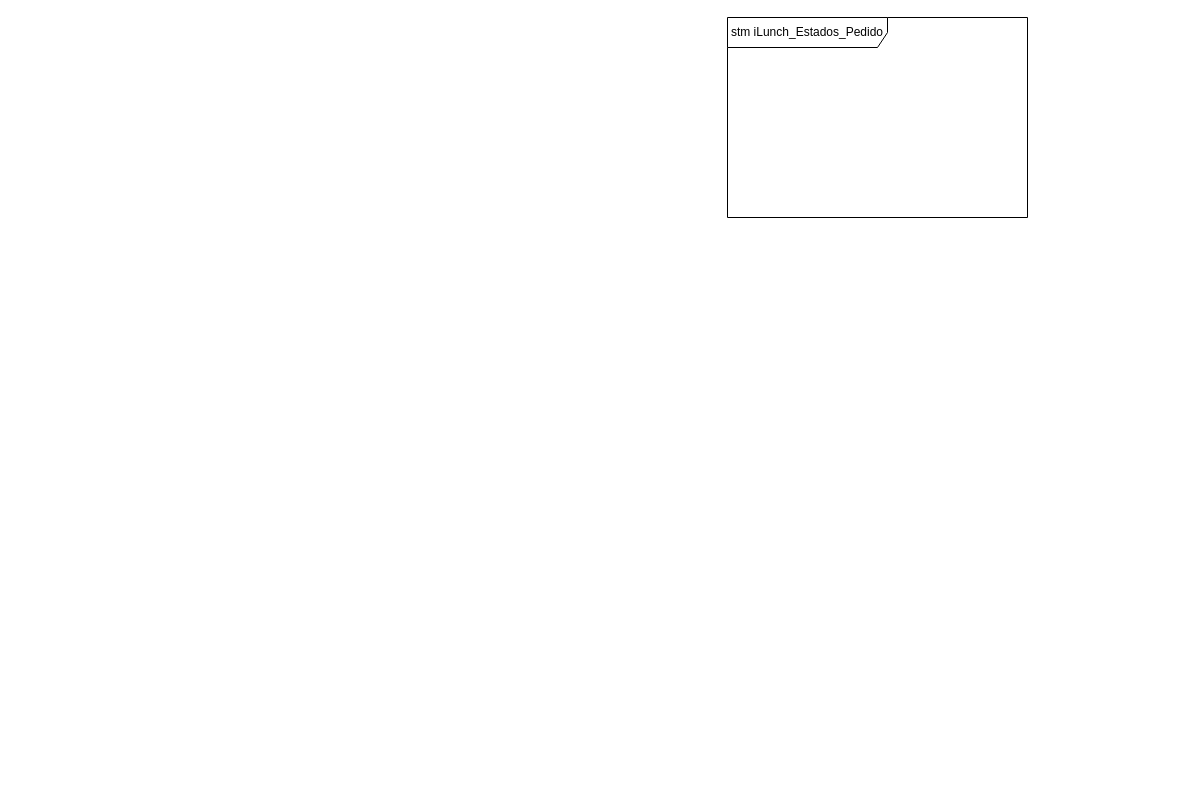
Apa23/i-Lunch keeps this draw.io diagram as diagramas/Máquina de Estados.drawio. Above is the earlier version. Source tidied: cells renumbered, new cells numbered last; positions are measured from the earlier drawing's top-left corner, leaving out a move shared by most shapes. Both pictures are drawn from the tidied source at 100%, with x=0, y=0 at pixel (727, 17).
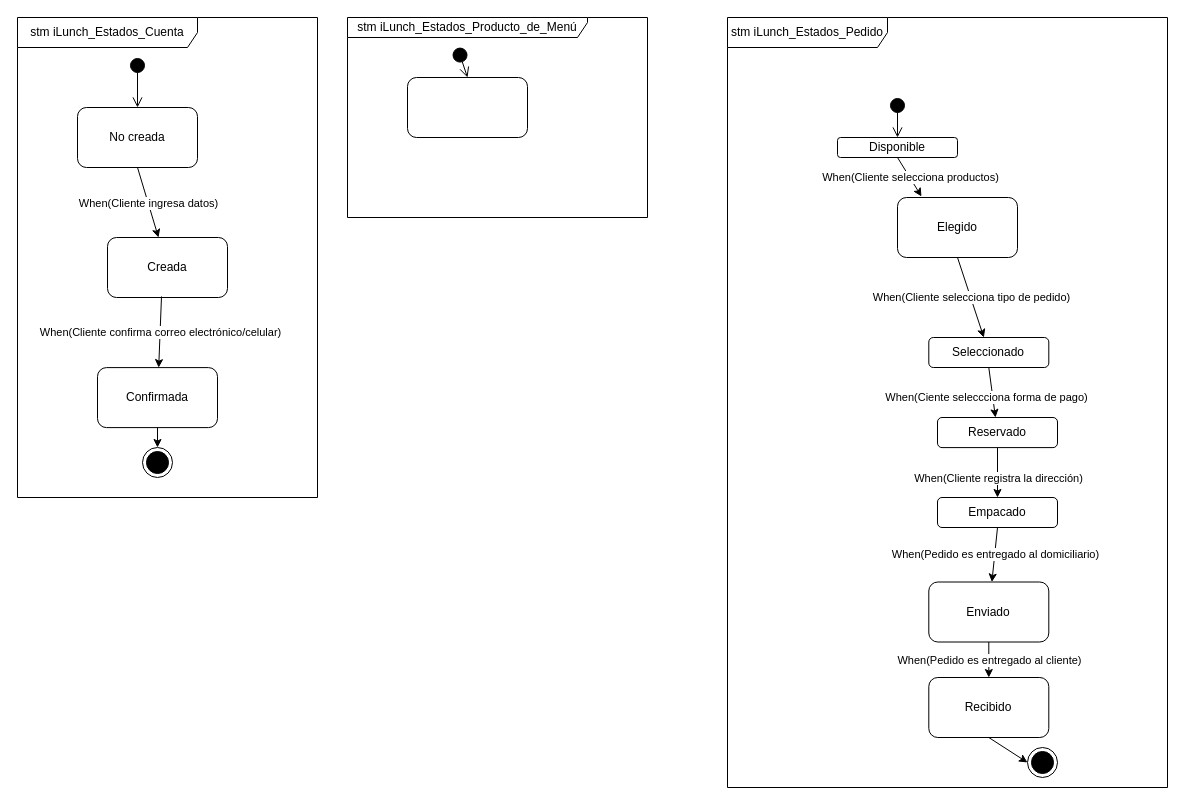
The same page after the edit.

What changed in the source:
```diff
@@
     <mxCell id="2" value="stm iLunch_Estados_Pedido" style="shape=umlFrame;whiteSpace=wrap;html=1;width=160;height=30;" parent="1" vertex="1">
-      <mxGeometry width="300" height="200" as="geometry" />
+      <mxGeometry width="440" height="770" as="geometry" />
     </mxCell>
+    <mxCell id="3" value="Disponible" style="rounded=1;whiteSpace=wrap;html=1;strokeColor=#000000;" parent="1" vertex="1">
+      <mxGeometry x="110" y="120" width="120" height="20" as="geometry" />
+    </mxCell>
+    <mxCell id="4" style="html=1;verticalAlign=bottom;startArrow=circle;startFill=1;endArrow=open;startSize=6;endSize=8;strokeColor=#000000;entryX=0.5;entryY=0;entryDx=0;entryDy=0;" parent="1" edge="1" target="3">
+      <mxGeometry relative="1" as="geometry">
+        <mxPoint x="170" y="80" as="sourcePoint" />
+      </mxGeometry>
+    </mxCell>
+    <mxCell id="5" style="endArrow=classic;html=1;strokeColor=#000000;exitX=0.5;exitY=1;exitDx=0;exitDy=0;" parent="1" edge="1" source="11" target="7">
+      <mxGeometry relative="1" as="geometry" />
+    </mxCell>
+    <mxCell id="6" value="When(Cliente selecciona tipo de pedido)" style="edgeLabel;html=1;align=center;verticalAlign=middle;" parent="5" vertex="1">
+      <mxGeometry relative="1" as="geometry" />
+    </mxCell>
+    <mxCell id="7" value="Seleccionado" style="rounded=1;whiteSpace=wrap;html=1;strokeColor=#000000;" parent="1" vertex="1">
+      <mxGeometry x="201.3" y="320" width="120" height="30" as="geometry" />
+    </mxCell>
+    <mxCell id="8" style="endArrow=classic;html=1;strokeColor=#000000;exitX=0.5;exitY=1;exitDx=0;exitDy=0;" parent="1" edge="1" source="7" target="10">
+      <mxGeometry relative="1" as="geometry" />
+    </mxCell>
+    <mxCell id="9" value="When(Ciente seleccciona forma de pago)" style="edgeLabel;html=1;align=center;verticalAlign=middle;" parent="8" vertex="1">
+      <mxGeometry relative="1" as="geometry">
+        <mxPoint x="-6" y="5" as="offset" />
+      </mxGeometry>
+    </mxCell>
+    <mxCell id="10" value="Reservado" style="rounded=1;whiteSpace=wrap;html=1;strokeColor=#000000;" parent="1" vertex="1">
+      <mxGeometry x="210" y="400" width="120" height="30.1" as="geometry" />
+    </mxCell>
+    <mxCell id="11" value="Elegido" style="rounded=1;whiteSpace=wrap;html=1;strokeColor=#000000;" parent="1" vertex="1">
+      <mxGeometry x="170" y="180" width="120" height="60" as="geometry" />
+    </mxCell>
+    <mxCell id="12" style="endArrow=classic;html=1;strokeColor=#000000;exitX=0.5;exitY=1;exitDx=0;exitDy=0;entryX=0.2;entryY=-0.017;entryDx=0;entryDy=0;entryPerimeter=0;" parent="1" edge="1" source="3" target="11">
+      <mxGeometry relative="1" as="geometry" />
+    </mxCell>
+    <mxCell id="13" value="When(Cliente selecciona productos)" style="edgeLabel;html=1;align=center;verticalAlign=middle;" parent="12" vertex="1">
+      <mxGeometry relative="1" as="geometry" />
+    </mxCell>
+    <mxCell id="14" style="endArrow=classic;html=1;strokeColor=#000000;exitX=0.5;exitY=1;exitDx=0;exitDy=0;" parent="1" edge="1" source="10" target="16">
+      <mxGeometry relative="1" as="geometry" />
+    </mxCell>
+    <mxCell id="15" value="When(Cliente registra la dirección)" style="edgeLabel;html=1;align=center;verticalAlign=middle;" parent="14" vertex="1">
+      <mxGeometry relative="1" as="geometry">
+        <mxPoint y="5" as="offset" />
+      </mxGeometry>
+    </mxCell>
+    <mxCell id="16" value="Empacado" style="rounded=1;whiteSpace=wrap;html=1;strokeColor=#000000;" parent="1" vertex="1">
+      <mxGeometry x="210" y="480" width="120" height="30" as="geometry" />
+    </mxCell>
+    <mxCell id="17" style="endArrow=classic;html=1;strokeColor=#000000;exitX=0.5;exitY=1;exitDx=0;exitDy=0;" parent="1" edge="1" source="16" target="19">
+      <mxGeometry relative="1" as="geometry" />
+    </mxCell>
+    <mxCell id="18" value="When(Pedido es entregado al domiciliario)" style="edgeLabel;html=1;align=center;verticalAlign=middle;" parent="17" vertex="1">
+      <mxGeometry relative="1" as="geometry" />
+    </mxCell>
+    <mxCell id="19" value="Enviado" style="rounded=1;whiteSpace=wrap;html=1;strokeColor=#000000;" parent="1" vertex="1">
+      <mxGeometry x="201.3" y="564.5" width="120" height="60" as="geometry" />
+    </mxCell>
+    <mxCell id="20" style="endArrow=classic;html=1;strokeColor=#000000;exitX=0.5;exitY=1;exitDx=0;exitDy=0;" parent="1" edge="1" source="19" target="22">
+      <mxGeometry relative="1" as="geometry" />
+    </mxCell>
+    <mxCell id="21" value="When(Pedido es entregado al cliente)" style="edgeLabel;html=1;align=center;verticalAlign=middle;" parent="20" vertex="1">
+      <mxGeometry relative="1" as="geometry" />
+    </mxCell>
+    <mxCell id="22" value="Recibido" style="rounded=1;whiteSpace=wrap;html=1;strokeColor=#000000;" parent="1" vertex="1">
+      <mxGeometry x="201.3" y="660" width="120" height="60" as="geometry" />
+    </mxCell>
+    <mxCell id="23" style="ellipse;html=1;shape=endState;fillColor=#000000;" parent="1" vertex="1">
+      <mxGeometry x="300" y="730" width="30" height="30" as="geometry" />
+    </mxCell>
+    <mxCell id="24" style="endArrow=classic;html=1;strokeColor=#000000;entryX=0;entryY=0.5;entryDx=0;entryDy=0;exitX=0.5;exitY=1;exitDx=0;exitDy=0;" parent="1" edge="1" source="22" target="23">
+      <mxGeometry relative="1" as="geometry" />
+    </mxCell>
+    <mxCell id="25" value="stm iLunch_Estados_Cuenta" style="shape=umlFrame;whiteSpace=wrap;html=1;strokeColor=#000000;width=180;height=30;" parent="1" vertex="1">
+      <mxGeometry x="-710" width="300" height="480" as="geometry" />
+    </mxCell>
+    <mxCell id="26" style="html=1;verticalAlign=bottom;startArrow=circle;startFill=1;endArrow=open;startSize=6;endSize=8;strokeColor=#000000;" parent="1" edge="1" target="27">
+      <mxGeometry x="-1" y="-20" relative="1" as="geometry">
+        <mxPoint x="-590" y="40" as="sourcePoint" />
+        <Array as="points">
+          <mxPoint x="-590" y="40" />
+        </Array>
+        <mxPoint x="20" y="-20" as="offset" />
+      </mxGeometry>
+    </mxCell>
+    <mxCell id="27" value="No creada" style="rounded=1;whiteSpace=wrap;html=1;strokeColor=#000000;" parent="1" vertex="1">
+      <mxGeometry x="-650" y="90" width="120" height="60" as="geometry" />
+    </mxCell>
+    <mxCell id="28" style="endArrow=classic;html=1;strokeColor=#000000;exitX=0.5;exitY=1;exitDx=0;exitDy=0;" parent="1" edge="1" source="27" target="30">
+      <mxGeometry relative="1" as="geometry" />
+    </mxCell>
+    <mxCell id="29" value="When(Cliente ingresa datos)" style="edgeLabel;html=1;align=center;verticalAlign=middle;" parent="28" vertex="1">
+      <mxGeometry relative="1" as="geometry" />
+    </mxCell>
+    <mxCell id="30" value="Creada" style="rounded=1;whiteSpace=wrap;html=1;strokeColor=#000000;" parent="1" vertex="1">
+      <mxGeometry x="-620" y="220" width="120" height="60" as="geometry" />
+    </mxCell>
+    <mxCell id="31" style="endArrow=classic;html=1;strokeColor=#000000;exitX=0.45;exitY=0.983;exitDx=0;exitDy=0;exitPerimeter=0;" parent="1" edge="1" source="30" target="33">
+      <mxGeometry relative="1" as="geometry" />
+    </mxCell>
+    <mxCell id="32" value="When(Cliente confirma correo electrónico/celular)" style="edgeLabel;html=1;align=center;verticalAlign=middle;" parent="31" vertex="1">
+      <mxGeometry relative="1" as="geometry" />
+    </mxCell>
+    <mxCell id="33" value="Confirmada" style="rounded=1;whiteSpace=wrap;html=1;strokeColor=#000000;" parent="1" vertex="1">
+      <mxGeometry x="-630" y="350.1" width="120" height="60" as="geometry" />
+    </mxCell>
+    <mxCell id="34" style="endArrow=classic;html=1;strokeColor=#000000;exitX=0.5;exitY=1;exitDx=0;exitDy=0;entryX=0.5;entryY=0;entryDx=0;entryDy=0;" parent="1" edge="1" source="33" target="35">
+      <mxGeometry relative="1" as="geometry" />
+    </mxCell>
+    <mxCell id="35" style="ellipse;html=1;shape=endState;fillColor=#000000;" parent="1" vertex="1">
+      <mxGeometry x="-585" y="430" width="30" height="30" as="geometry" />
+    </mxCell>
+    <mxCell id="36" value="stm iLunch_Estados_Producto_de_Menú" style="shape=umlFrame;whiteSpace=wrap;html=1;strokeColor=#000000;width=240;height=20;" parent="1" vertex="1">
+      <mxGeometry x="-380" width="300" height="200" as="geometry" />
+    </mxCell>
+    <mxCell id="37" style="html=1;verticalAlign=bottom;startArrow=circle;startFill=1;endArrow=open;startSize=6;endSize=8;strokeColor=#000000;entryX=0.5;entryY=0;entryDx=0;entryDy=0;" parent="1" edge="1" target="38">
+      <mxGeometry relative="1" as="geometry">
+        <mxPoint x="-270" y="30" as="sourcePoint" />
+      </mxGeometry>
+    </mxCell>
+    <mxCell id="38" style="rounded=1;whiteSpace=wrap;html=1;strokeColor=#000000;" parent="1" vertex="1">
+      <mxGeometry x="-320" y="60" width="120" height="60" as="geometry" />
+    </mxCell>
```
